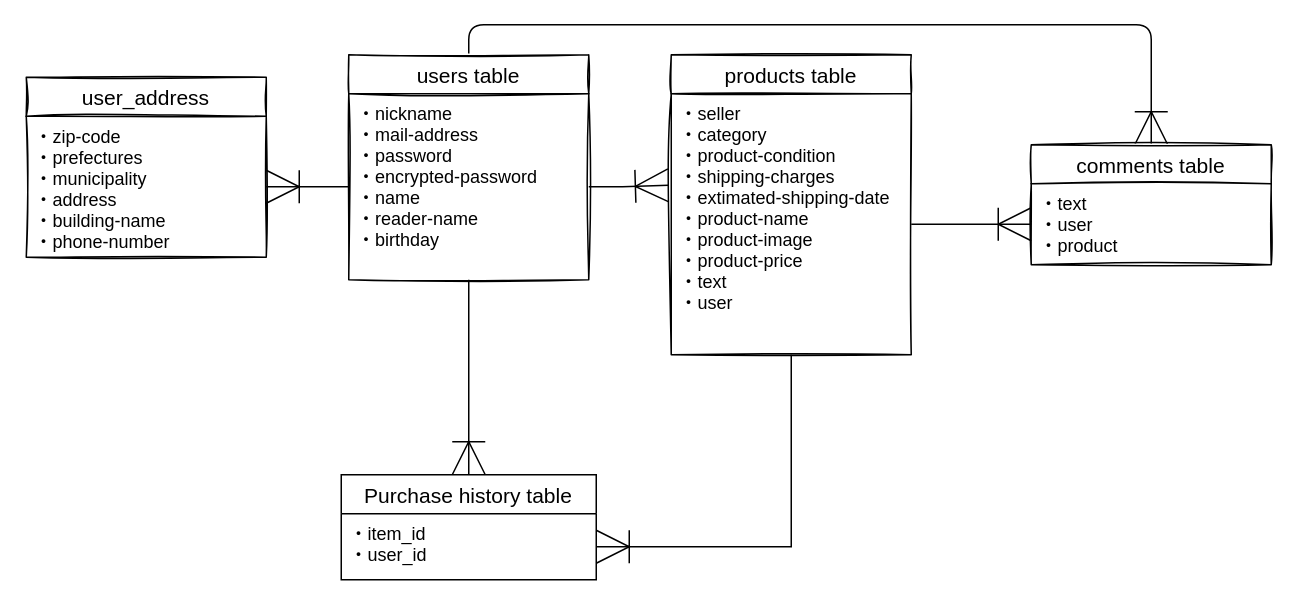
The draw.io diagram furima.dio in jaxzzxaj/furima-33994, before the edit. Source tidied: cells renumbered, new cells numbered last; positions are measured from the earlier drawing's top-left corner, leaving out a move shared by most shapes. Both pictures are drawn from the tidied source at 150%, with x=0, y=0 at pixel (26, 54).
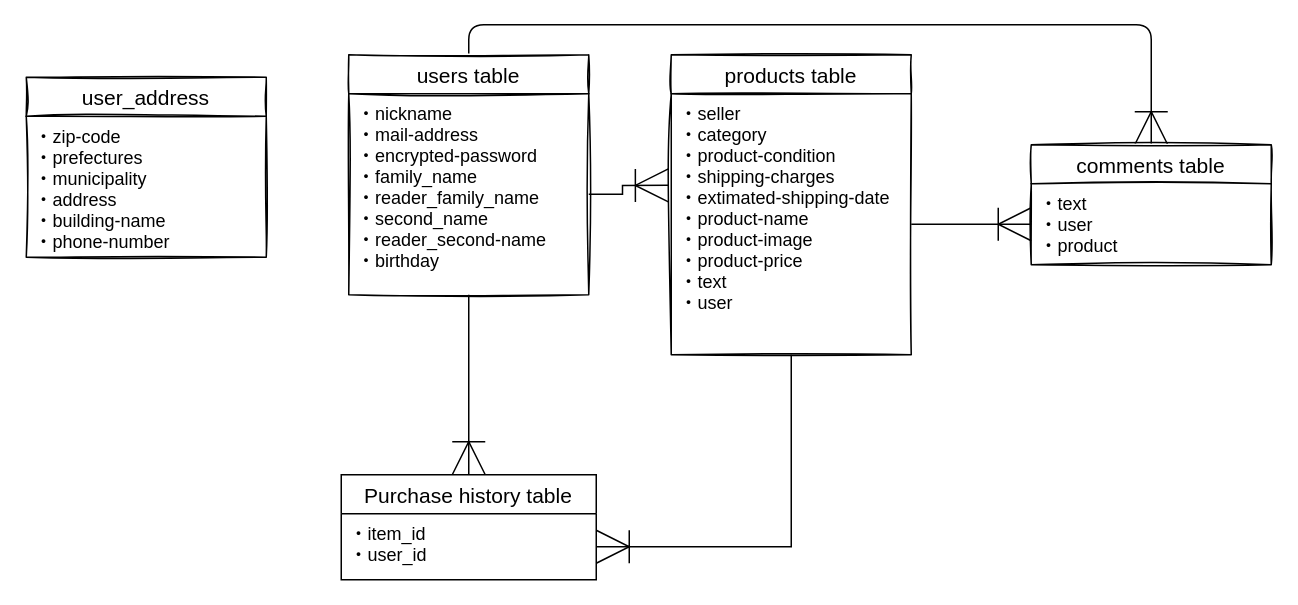
After the change.

Commit message (it also covers changes not shown here):
Read.meの再々修正

Change to the diagram source:
```diff
@@
 <mxGraphModel>
   <root>
     <mxCell id="0" />
     <mxCell id="1" parent="0" />
     <mxCell id="2" style="edgeStyle=orthogonalEdgeStyle;rounded=1;sketch=0;jettySize=auto;html=1;exitX=0.5;exitY=0;exitDx=0;exitDy=0;entryX=0.5;entryY=0;entryDx=0;entryDy=0;startSize=20;endArrow=ERoneToMany;endFill=0;endSize=20;" parent="1" edge="1" source="3" target="7">
       <mxGeometry relative="1" as="geometry" />
     </mxCell>
     <mxCell id="3" value="users table" style="swimlane;fontStyle=0;horizontal=1;startSize=26;align=center;fontSize=14;rounded=0;sketch=1;" parent="1" vertex="1">
-      <mxGeometry x="215" width="160" height="150" as="geometry" />
+      <mxGeometry x="215" width="160" height="160" as="geometry" />
     </mxCell>
-    <mxCell id="4" value="・nickname&#10;・mail-address&#10;・password&#10;・encrypted-password&#10;・name&#10;・reader-name&#10;・birthday&#10;" style="text;strokeColor=none;fillColor=none;spacingLeft=4;spacingRight=4;overflow=hidden;points=[[0,0.5],[1,0.5]];portConstraint=eastwest;fontSize=12;" parent="3" vertex="1">
-      <mxGeometry y="26" width="160" height="124" as="geometry" />
+    <mxCell id="4" value="・nickname&#10;・mail-address&#10;・encrypted-password&#10;・family_name&#10;・reader_family_name&#10;・second_name&#10;・reader_second-name&#10;・birthday&#10;" style="text;strokeColor=none;fillColor=none;spacingLeft=4;spacingRight=4;overflow=hidden;points=[[0,0.5],[1,0.5]];portConstraint=eastwest;fontSize=12;" parent="3" vertex="1">
+      <mxGeometry y="26" width="160" height="134" as="geometry" />
     </mxCell>
     <mxCell id="5" value="products table" style="swimlane;fontStyle=0;horizontal=1;startSize=26;align=center;fontSize=14;rounded=0;sketch=1;" parent="1" vertex="1">
       <mxGeometry x="430" width="160" height="200" as="geometry" />
     </mxCell>
     <mxCell id="6" value="・seller&#10;・category&#10;・product-condition&#10;・shipping-charges&#10;・extimated-shipping-date&#10;・product-name&#10;・product-image&#10;・product-price&#10;・text&#10;・user" style="text;strokeColor=none;fillColor=none;spacingLeft=4;spacingRight=4;overflow=hidden;points=[[0,0.5],[1,0.5]];portConstraint=eastwest;fontSize=12;sketch=0;shadow=0;" parent="5" vertex="1">
       <mxGeometry y="26" width="160" height="174" as="geometry" />
     </mxCell>
     <mxCell id="7" value="comments table" style="swimlane;fontStyle=0;horizontal=1;startSize=26;align=center;fontSize=14;rounded=0;sketch=1;" parent="1" vertex="1">
       <mxGeometry x="670" y="60" width="160" height="80" as="geometry" />
     </mxCell>
     <mxCell id="8" value="・text&#10;・user&#10;・product&#10;" style="text;strokeColor=none;fillColor=none;spacingLeft=4;spacingRight=4;overflow=hidden;points=[[0,0.5],[1,0.5]];portConstraint=eastwest;fontSize=12;sketch=0;shadow=0;" parent="7" vertex="1">
       <mxGeometry y="26" width="160" height="54" as="geometry" />
     </mxCell>
     <mxCell id="9" value="user_address" style="swimlane;fontStyle=0;horizontal=1;startSize=26;align=center;fontSize=14;rounded=0;sketch=1;" parent="1" vertex="1">
       <mxGeometry y="15" width="160" height="120" as="geometry" />
     </mxCell>
     <mxCell id="10" value="・zip-code&#10;・prefectures&#10;・municipality&#10;・address&#10;・building-name&#10;・phone-number&#10;" style="text;strokeColor=none;fillColor=none;spacingLeft=4;spacingRight=4;overflow=hidden;points=[[0,0.5],[1,0.5]];portConstraint=eastwest;fontSize=12;sketch=0;shadow=0;" parent="9" vertex="1">
       <mxGeometry y="26" width="160" height="94" as="geometry" />
     </mxCell>
     <mxCell id="11" style="edgeStyle=none;rounded=1;sketch=0;jettySize=auto;html=1;exitX=1;exitY=0.5;exitDx=0;exitDy=0;endArrow=ERoneToMany;endFill=0;endSize=20;" parent="1" edge="1" source="6" target="8">
       <mxGeometry relative="1" as="geometry" />
     </mxCell>
     <mxCell id="12" style="edgeStyle=orthogonalEdgeStyle;rounded=0;jettySize=auto;html=1;endArrow=ERoneToMany;endFill=0;endSize=20;entryX=0.5;entryY=0;entryDx=0;entryDy=0;" parent="1" edge="1" source="3" target="13">
       <mxGeometry relative="1" as="geometry" />
     </mxCell>
     <mxCell id="13" value="Purchase history table" style="swimlane;fontStyle=0;horizontal=1;startSize=26;align=center;fontSize=14;" parent="1" vertex="1">
       <mxGeometry x="210" y="280" width="170" height="70" as="geometry" />
     </mxCell>
     <mxCell id="14" value="・item_id&#10;・user_id" style="text;strokeColor=none;fillColor=none;spacingLeft=4;spacingRight=4;overflow=hidden;points=[[0,0.5],[1,0.5]];portConstraint=eastwest;fontSize=12;" parent="13" vertex="1">
       <mxGeometry y="26" width="170" height="44" as="geometry" />
     </mxCell>
     <mxCell id="15" style="edgeStyle=orthogonalEdgeStyle;rounded=0;jettySize=auto;html=1;exitX=1;exitY=0.5;exitDx=0;exitDy=0;entryX=-0.012;entryY=0.351;entryDx=0;entryDy=0;entryPerimeter=0;endSize=20;endArrow=ERoneToMany;endFill=0;" parent="1" edge="1" source="4" target="6">
       <mxGeometry relative="1" as="geometry" />
     </mxCell>
-    <mxCell id="16" style="edgeStyle=orthogonalEdgeStyle;rounded=0;jettySize=auto;html=1;exitX=0;exitY=0.5;exitDx=0;exitDy=0;entryX=1;entryY=0.5;entryDx=0;entryDy=0;endArrow=ERoneToMany;endFill=0;endSize=20;" parent="1" edge="1" source="4" target="10">
-      <mxGeometry relative="1" as="geometry" />
-    </mxCell>
     <mxCell id="17" style="edgeStyle=orthogonalEdgeStyle;rounded=0;jettySize=auto;html=1;endArrow=ERoneToMany;endFill=0;endSize=20;entryX=1;entryY=0.5;entryDx=0;entryDy=0;" parent="1" edge="1" source="5" target="14">
       <mxGeometry relative="1" as="geometry" />
     </mxCell>
   </root>
 </mxGraphModel>
```
